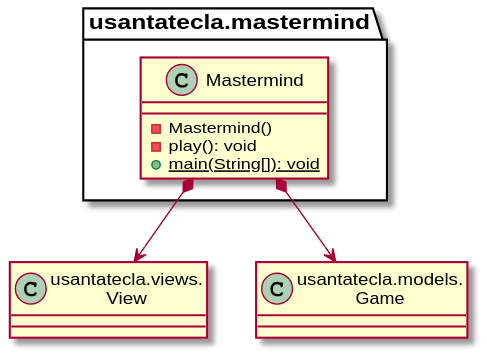
Above: documentView/console/docs/diagrams/out/paquetes/usantatecla.mastermind.svg in SantaTecla-mastermind/solution.java.swing.socket.sql (PlantUML), before the change. The source it was exported from:
```plantuml
@startuml
class View as "usantatecla.views.\nView"
class Game as "usantatecla.models.\nGame"

class usantatecla.mastermind.Mastermind{
    - Mastermind()
    - play(): void
    + {static} main(String[]): void
}
usantatecla.mastermind.Mastermind *-down-> View
usantatecla.mastermind.Mastermind *-down-> Game
@enduml
```
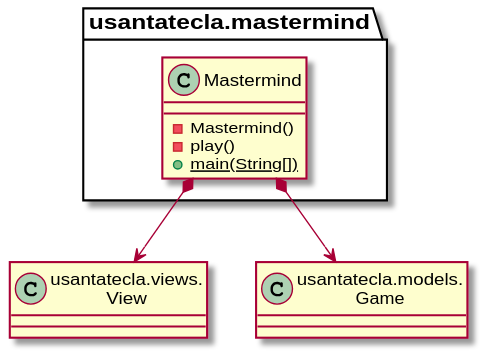
Above is the later version.

The edit, as a diff of the source:
```diff
@@ -4,8 +4,8 @@
 
 class usantatecla.mastermind.Mastermind{
     - Mastermind()
-    - play(): void
-    + {static} main(String[]): void
+    - play()
+    + {static} main(String[])
 }
 usantatecla.mastermind.Mastermind *-down-> View
 usantatecla.mastermind.Mastermind *-down-> Game
```
